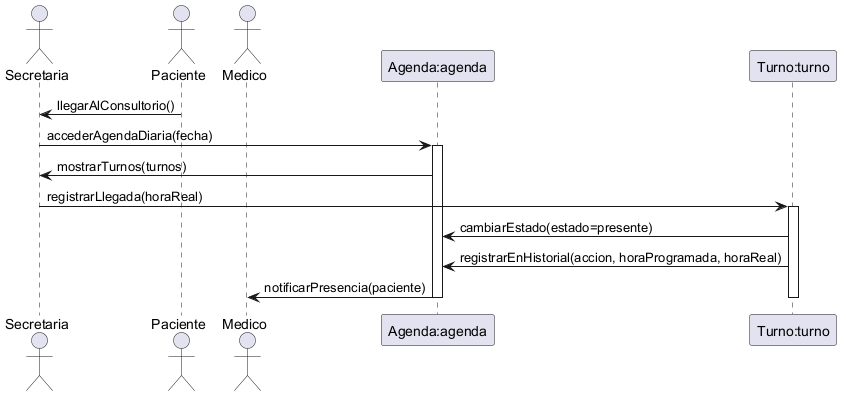
eternalnight04/SistemaTurnosMedicos keeps this PlantUML diagram as diagramas/05-diagramas-secuencia/05-secuencia-registrar-llegada-04.png. Above is the earlier version.
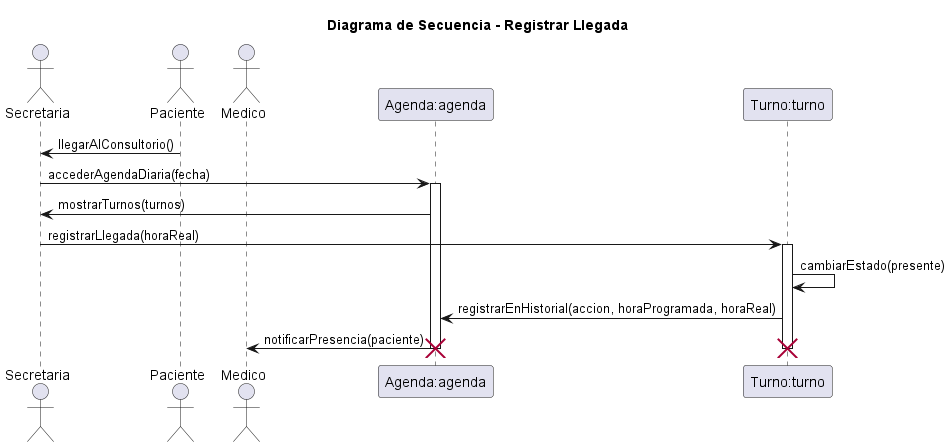
The same file after the commit.

Change to the diagram source:
```diff
@@ -1,25 +1,31 @@
-@startuml Diagrama de Secuencia - Registrar Llegada
+@startuml 05-diagrama-secuencia-registrar-llegada-04
 
-actor Secretaria as victoria
-actor Paciente as diego
-actor Medico as drMolina
+title Diagrama de Secuencia - Registrar Llegada
+
+actor Secretaria as secretaria
+actor Paciente as paciente
+actor Medico as medico
 participant "Agenda:agenda" as agenda
 participant "Turno:turno" as turno
 
-diego -> victoria: llegarAlConsultorio()
+paciente -> secretaria: llegarAlConsultorio()
 
-victoria -> agenda: accederAgendaDiaria(fecha)
+secretaria -> agenda: accederAgendaDiaria(fecha)
 activate agenda
 
-agenda -> victoria: mostrarTurnos(turnos)
-victoria -> turno: registrarLlegada(horaReal)
+agenda -> secretaria: mostrarTurnos(turnos)
+secretaria -> turno: registrarLlegada(horaReal)
 activate turno
 
-turno -> agenda: cambiarEstado(estado=presente)
+turno -> turno: cambiarEstado(presente)
 turno -> agenda: registrarEnHistorial(accion, horaProgramada, horaReal)
 
-agenda -> drMolina: notificarPresencia(paciente)
+agenda -> medico: notificarPresencia(paciente)
 
 deactivate turno
 deactivate agenda
+
+destroy turno
+destroy agenda
+
 @enduml
```
